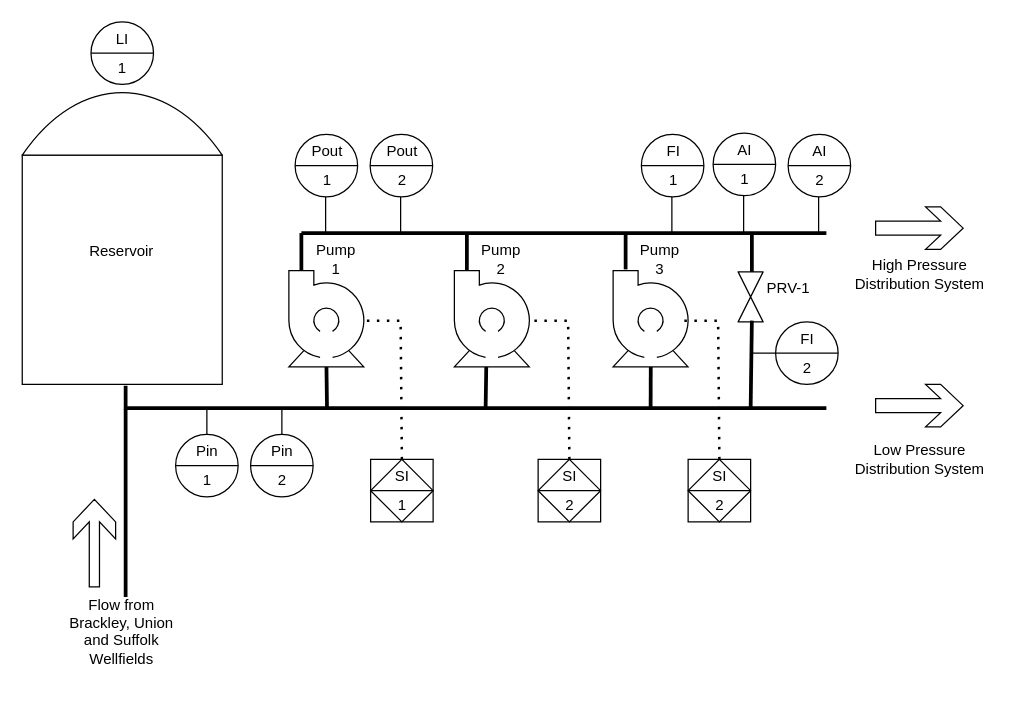
Above: J512-33 Mt Edward Rd Diagram.drawio in jimcampbell/hello-world (draw.io), before the change. Source tidied: cells renumbered, new cells numbered last; positions are measured from the earlier drawing's top-left corner, leaving out a move shared by most shapes. Both pictures are drawn from the tidied source at 125%, with x=0, y=0 at pixel (21, 21).
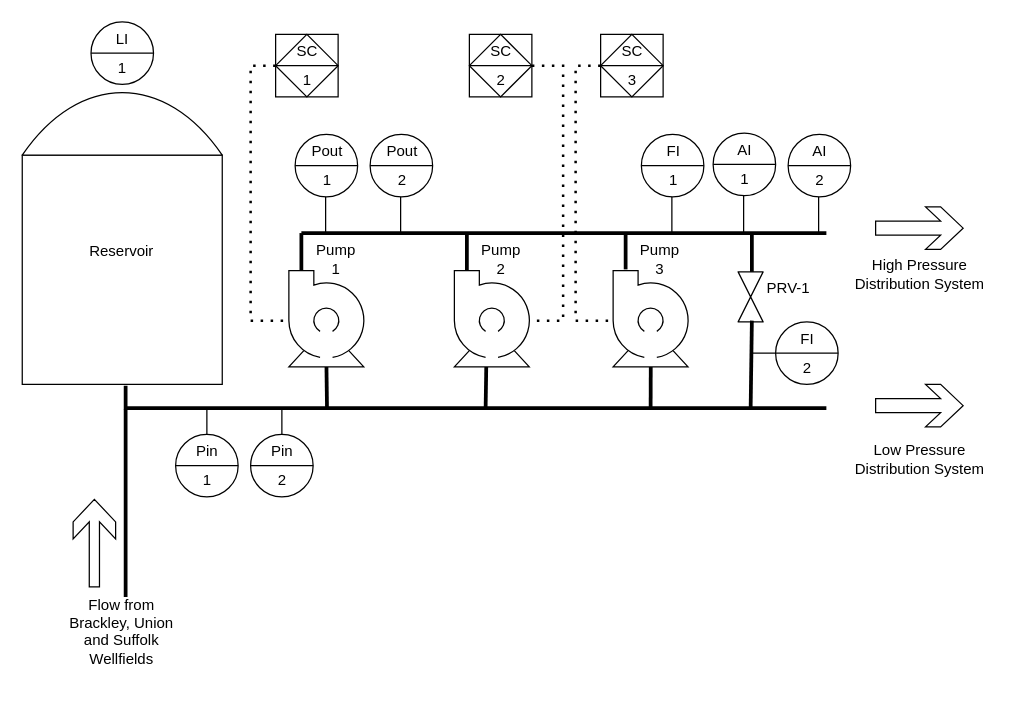
Above is the later version.

The change refers to these unchanged cells:
```xml
<mxCell id="11" style="shape=mxgraph.pid.pumps.centrifugal_pump_2;html=1;align=center;verticalLabelPosition=bottom;verticalAlign=top;dashed=0;" parent="1" vertex="1">
  <mxGeometry x="213.6" y="199" width="62" height="77" as="geometry" />
</mxCell>
<mxCell id="12" style="shape=mxgraph.pid.pumps.centrifugal_pump_2;html=1;align=center;verticalLabelPosition=bottom;verticalAlign=top;dashed=0;" parent="1" vertex="1">
  <mxGeometry x="346" y="199" width="62" height="77" as="geometry" />
</mxCell>
```

The edit, as a diff of the source:
```diff
@@
-    <mxCell id="46" value="&lt;table cellpadding=&quot;4&quot; cellspacing=&quot;0&quot; border=&quot;0&quot; style=&quot;font-size:1em;width:100%;height:100%;&quot;&gt;&lt;tbody&gt;&lt;tr&gt;&lt;td&gt;SI&lt;/td&gt;&lt;/tr&gt;&lt;tr&gt;&lt;td&gt;1&lt;/td&gt;&lt;/tr&gt;&lt;/tbody&gt;&lt;/table&gt; " style="html=1;outlineConnect=0;align=center;dashed=0;shape=mxgraph.pid2inst.progLogCont;mounting=room;" parent="1" vertex="1">
-      <mxGeometry x="279" y="350" width="50" height="50" as="geometry" />
+    <mxCell id="46" value="&lt;table cellpadding=&quot;4&quot; cellspacing=&quot;0&quot; border=&quot;0&quot; style=&quot;font-size:1em;width:100%;height:100%;&quot;&gt;&lt;tbody&gt;&lt;tr&gt;&lt;td&gt;SC&lt;/td&gt;&lt;/tr&gt;&lt;tr&gt;&lt;td&gt;1&lt;/td&gt;&lt;/tr&gt;&lt;/tbody&gt;&lt;/table&gt; " style="html=1;outlineConnect=0;align=center;dashed=0;shape=mxgraph.pid2inst.progLogCont;mounting=room;" parent="1" vertex="1">
+      <mxGeometry x="203" y="10" width="50" height="50" as="geometry" />
     </mxCell>
-    <mxCell id="47" style="endArrow=none;dashed=1;html=1;dashPattern=1 3;strokeWidth=2;rounded=0;exitX=0.5;exitY=0;exitDx=0;exitDy=0;entryX=0.97;entryY=0.52;entryDx=0;entryDy=0;entryPerimeter=0;" parent="1" edge="1" source="46" target="11">
+    <mxCell id="47" style="endArrow=none;dashed=1;html=1;dashPattern=1 3;strokeWidth=2;rounded=0;exitX=0;exitY=0.5;exitDx=0;exitDy=0;entryX=0;entryY=0.52;entryDx=0;entryDy=0;entryPerimeter=0;" parent="1" edge="1" source="46" target="11">
       <mxGeometry relative="1" as="geometry">
         <Array as="points">
-          <mxPoint x="303" y="239" />
+          <mxPoint x="183" y="35" />
+          <mxPoint x="183" y="120" />
+          <mxPoint x="183" y="239" />
         </Array>
       </mxGeometry>
     </mxCell>
-    <mxCell id="48" value="&lt;table cellpadding=&quot;4&quot; cellspacing=&quot;0&quot; border=&quot;0&quot; style=&quot;font-size:1em;width:100%;height:100%;&quot;&gt;&lt;tbody&gt;&lt;tr&gt;&lt;td&gt;SI&lt;/td&gt;&lt;/tr&gt;&lt;tr&gt;&lt;td&gt;2&lt;/td&gt;&lt;/tr&gt;&lt;/tbody&gt;&lt;/table&gt; " style="html=1;outlineConnect=0;align=center;dashed=0;shape=mxgraph.pid2inst.progLogCont;mounting=room;" parent="1" vertex="1">
-      <mxGeometry x="413" y="350" width="50" height="50" as="geometry" />
-    </mxCell>
-    <mxCell id="49" style="endArrow=none;dashed=1;html=1;dashPattern=1 3;strokeWidth=2;rounded=0;exitX=0.5;exitY=0;exitDx=0;exitDy=0;entryX=0.97;entryY=0.52;entryDx=0;entryDy=0;entryPerimeter=0;" parent="1" edge="1" source="48">
-      <mxGeometry relative="1" as="geometry">
-        <mxPoint x="408" y="239" as="targetPoint" />
-        <Array as="points">
-          <mxPoint x="437" y="239" />
-        </Array>
-      </mxGeometry>
-    </mxCell>
-    <mxCell id="50" value="&lt;table cellpadding=&quot;4&quot; cellspacing=&quot;0&quot; border=&quot;0&quot; style=&quot;font-size:1em;width:100%;height:100%;&quot;&gt;&lt;tbody&gt;&lt;tr&gt;&lt;td&gt;SI&lt;/td&gt;&lt;/tr&gt;&lt;tr&gt;&lt;td&gt;2&lt;/td&gt;&lt;/tr&gt;&lt;/tbody&gt;&lt;/table&gt; " style="html=1;outlineConnect=0;align=center;dashed=0;shape=mxgraph.pid2inst.progLogCont;mounting=room;" parent="1" vertex="1">
-      <mxGeometry x="533" y="350" width="50" height="50" as="geometry" />
-    </mxCell>
-    <mxCell id="51" style="endArrow=none;dashed=1;html=1;dashPattern=1 3;strokeWidth=2;rounded=0;exitX=0.5;exitY=0;exitDx=0;exitDy=0;entryX=0.97;entryY=0.52;entryDx=0;entryDy=0;entryPerimeter=0;" parent="1" edge="1" source="50">
-      <mxGeometry relative="1" as="geometry">
-        <mxPoint x="528" y="239" as="targetPoint" />
-        <Array as="points">
-          <mxPoint x="557" y="239" />
-        </Array>
-      </mxGeometry>
-    </mxCell>
+    <mxCell id="52" value="&lt;table cellpadding=&quot;4&quot; cellspacing=&quot;0&quot; border=&quot;0&quot; style=&quot;font-size:1em;width:100%;height:100%;&quot;&gt;&lt;tbody&gt;&lt;tr&gt;&lt;td&gt;SC&lt;/td&gt;&lt;/tr&gt;&lt;tr&gt;&lt;td&gt;3&lt;/td&gt;&lt;/tr&gt;&lt;/tbody&gt;&lt;/table&gt; " style="html=1;outlineConnect=0;align=center;dashed=0;shape=mxgraph.pid2inst.progLogCont;mounting=room;" parent="1" vertex="1">
+      <mxGeometry x="463" y="10" width="50" height="50" as="geometry" />
+    </mxCell>
+    <mxCell id="53" style="endArrow=none;dashed=1;html=1;dashPattern=1 3;strokeWidth=2;rounded=0;exitX=0;exitY=0.5;exitDx=0;exitDy=0;entryX=0;entryY=0.52;entryDx=0;entryDy=0;entryPerimeter=0;" parent="1" edge="1" source="52">
+      <mxGeometry relative="1" as="geometry">
+        <mxPoint x="474" y="239" as="targetPoint" />
+        <Array as="points">
+          <mxPoint x="443" y="35" />
+          <mxPoint x="443" y="120" />
+          <mxPoint x="443" y="239" />
+        </Array>
+      </mxGeometry>
+    </mxCell>
+    <mxCell id="54" value="&lt;table cellpadding=&quot;4&quot; cellspacing=&quot;0&quot; border=&quot;0&quot; style=&quot;font-size:1em;width:100%;height:100%;&quot;&gt;&lt;tbody&gt;&lt;tr&gt;&lt;td&gt;SC&lt;/td&gt;&lt;/tr&gt;&lt;tr&gt;&lt;td&gt;2&lt;/td&gt;&lt;/tr&gt;&lt;/tbody&gt;&lt;/table&gt; " style="html=1;outlineConnect=0;align=center;dashed=0;shape=mxgraph.pid2inst.progLogCont;mounting=room;" parent="1" vertex="1">
+      <mxGeometry x="358" y="10" width="50" height="50" as="geometry" />
+    </mxCell>
+    <mxCell id="55" style="endArrow=none;dashed=1;html=1;dashPattern=1 3;strokeWidth=2;rounded=0;exitX=1;exitY=0.5;exitDx=0;exitDy=0;entryX=0.97;entryY=0.52;entryDx=0;entryDy=0;entryPerimeter=0;" parent="1" edge="1" source="54" target="12">
+      <mxGeometry relative="1" as="geometry">
+        <Array as="points">
+          <mxPoint x="433" y="35" />
+          <mxPoint x="433" y="90" />
+          <mxPoint x="433" y="130" />
+          <mxPoint x="433" y="239" />
+        </Array>
+      </mxGeometry>
+    </mxCell>
```
